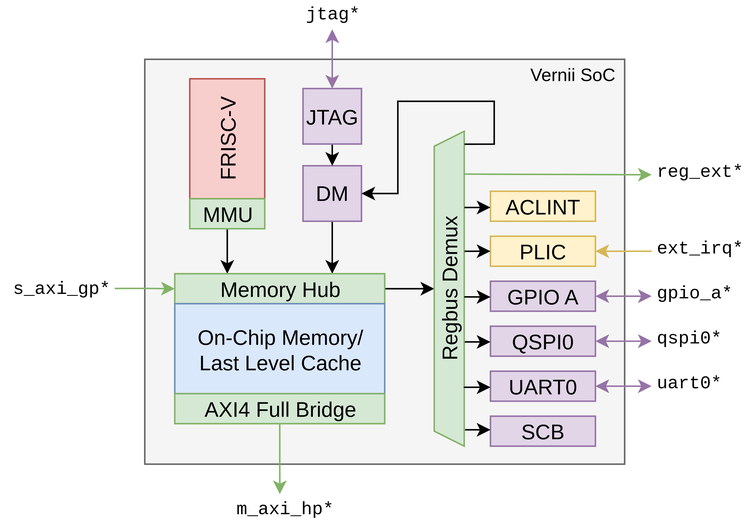
The draw.io diagram docs/figures/block-diagram-transparent-light.svg in EmilPopovic/friscv-soc, before a commit. Source tidied: cells renumbered, new cells last; positions are measured from the earlier drawing's top-left corner, leaving out a move shared by most shapes.
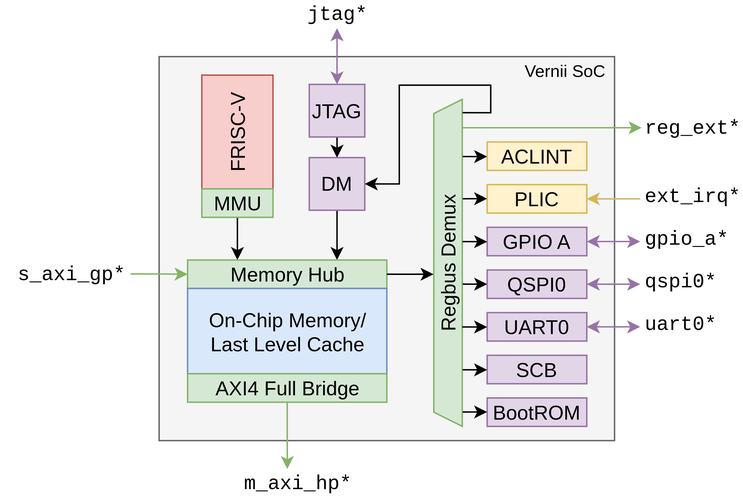
Later version of the same file.

Commit message:
block diagrams with boot rom

Change to the diagram source:
```diff
@@ -31,9 +31,6 @@
     <mxCell id="10" value="&lt;div&gt;&lt;font&gt;JTAG&lt;/font&gt;&lt;/div&gt;" style="rounded=0;whiteSpace=wrap;html=1;fillColor=#e1d5e7;strokeColor=#9673a6;fontSize=14;labelBorderColor=none;" parent="1" vertex="1">
       <mxGeometry x="202.5" y="59.5" width="39" height="37" as="geometry" />
     </mxCell>
-    <mxCell id="11" style="edgeStyle=orthogonalEdgeStyle;rounded=0;jettySize=auto;html=1;exitX=1;exitY=0.5;exitDx=0;exitDy=0;entryX=0.5;entryY=0;entryDx=0;entryDy=0;fontSize=14;labelBorderColor=none;" parent="1" edge="1" source="13" target="27">
-      <mxGeometry relative="1" as="geometry" />
-    </mxCell>
     <mxCell id="12" style="edgeStyle=orthogonalEdgeStyle;rounded=0;jettySize=auto;html=1;exitX=0;exitY=0.5;exitDx=0;exitDy=0;entryX=0;entryY=0.5;entryDx=0;entryDy=0;fillColor=#d5e8d4;strokeColor=#82b366;labelBorderColor=none;" parent="1" edge="1" target="13">
       <mxGeometry relative="1" as="geometry">
         <mxPoint x="77" y="192.8" as="sourcePoint" />
@@ -55,97 +52,111 @@
     </mxCell>
     <mxCell id="17" style="edgeStyle=orthogonalEdgeStyle;rounded=0;jettySize=auto;html=1;exitX=1;exitY=0.5;exitDx=0;exitDy=0;startArrow=classic;startFill=1;fillColor=#e1d5e7;strokeColor=#9673a6;labelBorderColor=none;" parent="1" edge="1" source="18">
       <mxGeometry relative="1" as="geometry">
-        <mxPoint x="435" y="258" as="targetPoint" />
+        <mxPoint x="435" y="230" as="targetPoint" />
       </mxGeometry>
     </mxCell>
     <mxCell id="18" value="&lt;div&gt;&lt;font&gt;UART0&lt;/font&gt;&lt;/div&gt;" style="rounded=0;whiteSpace=wrap;html=1;fillColor=#e1d5e7;strokeColor=#9673a6;fontSize=14;labelBorderColor=none;" parent="1" vertex="1">
-      <mxGeometry x="327.5" y="248" width="70" height="20" as="geometry" />
+      <mxGeometry x="327.5" y="220" width="70" height="20" as="geometry" />
     </mxCell>
     <mxCell id="19" style="edgeStyle=orthogonalEdgeStyle;rounded=0;jettySize=auto;html=1;exitX=1;exitY=0.5;exitDx=0;exitDy=0;startArrow=classic;startFill=1;fillColor=#e1d5e7;strokeColor=#9673a6;labelBorderColor=none;" parent="1" edge="1" source="20">
       <mxGeometry relative="1" as="geometry">
-        <mxPoint x="435" y="228" as="targetPoint" />
+        <mxPoint x="435" y="200" as="targetPoint" />
       </mxGeometry>
     </mxCell>
     <mxCell id="20" value="&lt;div&gt;&lt;font&gt;QSPI0&lt;/font&gt;&lt;/div&gt;" style="rounded=0;whiteSpace=wrap;html=1;fillColor=#e1d5e7;strokeColor=#9673a6;fontSize=14;labelBorderColor=none;" parent="1" vertex="1">
-      <mxGeometry x="327.5" y="218" width="70" height="20" as="geometry" />
+      <mxGeometry x="327.5" y="190" width="70" height="20" as="geometry" />
     </mxCell>
     <mxCell id="21" style="edgeStyle=orthogonalEdgeStyle;rounded=0;jettySize=auto;html=1;exitX=1;exitY=0.5;exitDx=0;exitDy=0;startArrow=classic;startFill=1;fillColor=#e1d5e7;strokeColor=#9673a6;labelBorderColor=none;" parent="1" edge="1" source="22">
       <mxGeometry relative="1" as="geometry">
-        <mxPoint x="435" y="198" as="targetPoint" />
+        <mxPoint x="435" y="170" as="targetPoint" />
       </mxGeometry>
     </mxCell>
     <mxCell id="22" value="&lt;font&gt;GPIO A&lt;/font&gt;" style="rounded=0;whiteSpace=wrap;html=1;fillColor=#e1d5e7;strokeColor=#9673a6;fontSize=14;labelBorderColor=none;" parent="1" vertex="1">
-      <mxGeometry x="327.5" y="188" width="70" height="20" as="geometry" />
+      <mxGeometry x="327.5" y="160" width="70" height="20" as="geometry" />
     </mxCell>
     <mxCell id="23" style="edgeStyle=orthogonalEdgeStyle;rounded=0;jettySize=auto;html=1;entryX=1;entryY=0.5;entryDx=0;entryDy=0;fillColor=#fff2cc;strokeColor=#d6b656;labelBorderColor=none;" parent="1" edge="1" target="24">
       <mxGeometry relative="1" as="geometry">
-        <mxPoint x="435" y="168" as="sourcePoint" />
+        <mxPoint x="435" y="140" as="sourcePoint" />
       </mxGeometry>
     </mxCell>
     <mxCell id="24" value="&lt;font&gt;PLIC&lt;/font&gt;" style="rounded=0;whiteSpace=wrap;html=1;fillColor=#fff2cc;strokeColor=#d6b656;fontSize=14;labelBorderColor=none;" parent="1" vertex="1">
-      <mxGeometry x="327.5" y="158" width="70" height="20" as="geometry" />
+      <mxGeometry x="327.5" y="130" width="70" height="20" as="geometry" />
     </mxCell>
     <mxCell id="25" value="&lt;font&gt;ACLINT&lt;/font&gt;" style="rounded=0;whiteSpace=wrap;html=1;fillColor=#fff2cc;strokeColor=#d6b656;fontSize=14;labelBorderColor=none;" parent="1" vertex="1">
-      <mxGeometry x="327.5" y="128" width="70" height="20" as="geometry" />
+      <mxGeometry x="327.5" y="100" width="70" height="20" as="geometry" />
     </mxCell>
     <mxCell id="26" value="&lt;font&gt;SCB&lt;/font&gt;" style="rounded=0;whiteSpace=wrap;html=1;fillColor=#e1d5e7;strokeColor=#9673a6;fontSize=14;labelBorderColor=none;" parent="1" vertex="1">
-      <mxGeometry x="327.5" y="278" width="70" height="20" as="geometry" />
+      <mxGeometry x="327.5" y="250" width="70" height="20" as="geometry" />
     </mxCell>
     <mxCell id="27" value="&lt;div&gt;&lt;font&gt;Regbus Demux&lt;/font&gt;&lt;/div&gt;" style="shape=trapezoid;perimeter=trapezoidPerimeter;whiteSpace=wrap;html=1;fixedSize=1;size=10;rotation=-90;fillColor=#d5e8d4;strokeColor=#82b366;fontSize=14;labelBorderColor=none;" parent="1" vertex="1">
-      <mxGeometry x="195" y="183" width="210" height="20" as="geometry" />
+      <mxGeometry x="185" y="175" width="230" height="20" as="geometry" />
     </mxCell>
-    <mxCell id="28" style="edgeStyle=orthogonalEdgeStyle;rounded=0;jettySize=auto;html=1;exitX=0.052;exitY=1.03;exitDx=0;exitDy=0;entryX=0;entryY=0.5;entryDx=0;entryDy=0;exitPerimeter=0;fontSize=14;labelBorderColor=none;" parent="1" edge="1" source="27" target="26">
-      <mxGeometry relative="1" as="geometry" />
-    </mxCell>
-    <mxCell id="29" style="edgeStyle=orthogonalEdgeStyle;rounded=0;jettySize=auto;html=1;exitX=0.187;exitY=0.986;exitDx=0;exitDy=0;entryX=0;entryY=0.5;entryDx=0;entryDy=0;exitPerimeter=0;fontSize=14;labelBorderColor=none;" parent="1" edge="1" source="27" target="18">
-      <mxGeometry relative="1" as="geometry" />
-    </mxCell>
-    <mxCell id="30" style="edgeStyle=orthogonalEdgeStyle;rounded=0;jettySize=auto;html=1;exitX=0.331;exitY=1.021;exitDx=0;exitDy=0;entryX=0;entryY=0.5;entryDx=0;entryDy=0;exitPerimeter=0;fontSize=14;labelBorderColor=none;" parent="1" edge="1" source="27" target="20">
-      <mxGeometry relative="1" as="geometry" />
-    </mxCell>
-    <mxCell id="31" style="edgeStyle=orthogonalEdgeStyle;rounded=0;jettySize=auto;html=1;exitX=0.474;exitY=1.003;exitDx=0;exitDy=0;entryX=0;entryY=0.5;entryDx=0;entryDy=0;exitPerimeter=0;fontSize=14;labelBorderColor=none;" parent="1" edge="1" source="27" target="22">
-      <mxGeometry relative="1" as="geometry" />
-    </mxCell>
-    <mxCell id="32" style="edgeStyle=orthogonalEdgeStyle;rounded=0;jettySize=auto;html=1;exitX=0.619;exitY=1.011;exitDx=0;exitDy=0;entryX=0;entryY=0.5;entryDx=0;entryDy=0;exitPerimeter=0;fontSize=14;labelBorderColor=none;" parent="1" edge="1" source="27" target="24">
-      <mxGeometry relative="1" as="geometry" />
-    </mxCell>
-    <mxCell id="33" style="edgeStyle=orthogonalEdgeStyle;rounded=0;jettySize=auto;html=1;exitX=0.758;exitY=1.008;exitDx=0;exitDy=0;entryX=0;entryY=0.5;entryDx=0;entryDy=0;exitPerimeter=0;fontSize=14;labelBorderColor=none;" parent="1" edge="1" source="27" target="25">
-      <mxGeometry relative="1" as="geometry" />
-    </mxCell>
     <mxCell id="34" style="edgeStyle=orthogonalEdgeStyle;rounded=0;jettySize=auto;html=1;exitX=0.959;exitY=1.009;exitDx=0;exitDy=0;entryX=1;entryY=0.5;entryDx=0;entryDy=0;exitPerimeter=0;fontSize=14;labelBorderColor=none;" parent="1" edge="1" source="27" target="7">
-      <mxGeometry relative="1" as="geometry" />
+      <mxGeometry relative="1" as="geometry">
+        <Array as="points">
+          <mxPoint x="330" y="79.4" />
+          <mxPoint x="330" y="60" />
+          <mxPoint x="265.8" y="60" />
+          <mxPoint x="265.8" y="129.5" />
+        </Array>
+      </mxGeometry>
     </mxCell>
-    <mxCell id="35" style="endArrow=classic;html=1;rounded=0;exitX=0.864;exitY=1.007;exitDx=0;exitDy=0;exitPerimeter=0;fillColor=#d5e8d4;strokeColor=#82b366;labelBorderColor=none;" parent="1" edge="1" source="27">
-      <mxGeometry relative="1" as="geometry">
-        <mxPoint x="435" y="117" as="targetPoint" />
-      </mxGeometry>
-    </mxCell>
-    <mxCell id="36" value="jtag*" style="text;html=1;whiteSpace=wrap;strokeColor=none;fillColor=none;align=center;verticalAlign=middle;rounded=0;fontFamily=Courier New;labelBorderColor=none;" parent="1" vertex="1">
+    <mxCell id="36" value="&lt;font style=&quot;font-size: 14px;&quot;&gt;jtag*&lt;/font&gt;" style="text;html=1;whiteSpace=wrap;strokeColor=none;fillColor=none;align=center;verticalAlign=middle;rounded=0;fontFamily=Courier New;labelBorderColor=none;" parent="1" vertex="1">
       <mxGeometry x="192" width="60" height="20" as="geometry" />
     </mxCell>
-    <mxCell id="37" value="&lt;div align=&quot;left&quot;&gt;reg_ext*&lt;/div&gt;" style="text;html=1;whiteSpace=wrap;strokeColor=none;fillColor=none;align=left;verticalAlign=middle;rounded=0;fontFamily=Courier New;labelBorderColor=none;" parent="1" vertex="1">
-      <mxGeometry x="436" y="105" width="60" height="20" as="geometry" />
+    <mxCell id="37" value="&lt;div align=&quot;left&quot;&gt;reg_ext*&lt;/div&gt;" style="text;html=1;whiteSpace=wrap;strokeColor=none;fillColor=none;align=left;verticalAlign=middle;rounded=0;fontFamily=Courier New;labelBorderColor=none;fontSize=14;" parent="1" vertex="1">
+      <mxGeometry x="436" y="80" width="70" height="20" as="geometry" />
     </mxCell>
-    <mxCell id="38" value="&lt;div align=&quot;left&quot;&gt;ext_irq*&lt;/div&gt;" style="text;html=1;whiteSpace=wrap;strokeColor=none;fillColor=none;align=left;verticalAlign=middle;rounded=0;fontFamily=Courier New;labelBorderColor=none;" parent="1" vertex="1">
-      <mxGeometry x="436" y="156" width="60" height="20" as="geometry" />
+    <mxCell id="38" value="&lt;div align=&quot;left&quot;&gt;ext_irq*&lt;/div&gt;" style="text;html=1;whiteSpace=wrap;strokeColor=none;fillColor=none;align=left;verticalAlign=middle;rounded=0;fontFamily=Courier New;labelBorderColor=none;fontSize=14;" parent="1" vertex="1">
+      <mxGeometry x="436" y="128" width="70" height="20" as="geometry" />
     </mxCell>
-    <mxCell id="39" value="&lt;div align=&quot;left&quot;&gt;gpio_a*&lt;/div&gt;" style="text;html=1;whiteSpace=wrap;strokeColor=none;fillColor=none;align=left;verticalAlign=middle;rounded=0;fontFamily=Courier New;labelBorderColor=none;" parent="1" vertex="1">
-      <mxGeometry x="436" y="186" width="60" height="20" as="geometry" />
+    <mxCell id="39" value="&lt;div align=&quot;left&quot;&gt;gpio_a*&lt;/div&gt;" style="text;html=1;whiteSpace=wrap;strokeColor=none;fillColor=none;align=left;verticalAlign=middle;rounded=0;fontFamily=Courier New;labelBorderColor=none;fontSize=14;" parent="1" vertex="1">
+      <mxGeometry x="436" y="158" width="70" height="20" as="geometry" />
     </mxCell>
-    <mxCell id="40" value="&lt;div align=&quot;left&quot;&gt;qspi0*&lt;/div&gt;" style="text;html=1;whiteSpace=wrap;strokeColor=none;fillColor=none;align=left;verticalAlign=middle;rounded=0;fontFamily=Courier New;labelBorderColor=none;" parent="1" vertex="1">
-      <mxGeometry x="436" y="216" width="60" height="20" as="geometry" />
+    <mxCell id="40" value="&lt;div align=&quot;left&quot;&gt;qspi0*&lt;/div&gt;" style="text;html=1;whiteSpace=wrap;strokeColor=none;fillColor=none;align=left;verticalAlign=middle;rounded=0;fontFamily=Courier New;labelBorderColor=none;fontSize=14;" parent="1" vertex="1">
+      <mxGeometry x="436" y="188" width="70" height="20" as="geometry" />
     </mxCell>
-    <mxCell id="41" value="uart0*" style="text;html=1;whiteSpace=wrap;strokeColor=none;fillColor=none;align=left;verticalAlign=middle;rounded=0;fontFamily=Courier New;labelBorderColor=none;" parent="1" vertex="1">
-      <mxGeometry x="436" y="246" width="60" height="20" as="geometry" />
+    <mxCell id="41" value="uart0*" style="text;html=1;whiteSpace=wrap;strokeColor=none;fillColor=none;align=left;verticalAlign=middle;rounded=0;fontFamily=Courier New;labelBorderColor=none;fontSize=14;" parent="1" vertex="1">
+      <mxGeometry x="436" y="218" width="70" height="20" as="geometry" />
     </mxCell>
-    <mxCell id="42" value="&amp;nbsp;s_axi_gp*" style="text;html=1;whiteSpace=wrap;strokeColor=none;fillColor=none;align=center;verticalAlign=middle;rounded=0;fontFamily=Courier New;labelBorderColor=none;" parent="1" vertex="1">
-      <mxGeometry y="183" width="75" height="20" as="geometry" />
+    <mxCell id="42" value="&lt;font style=&quot;font-size: 14px;&quot;&gt;&amp;nbsp;s_axi_gp*&lt;/font&gt;" style="text;html=1;whiteSpace=wrap;strokeColor=none;fillColor=none;align=right;verticalAlign=middle;rounded=0;fontFamily=Courier New;labelBorderColor=none;" parent="1" vertex="1">
+      <mxGeometry x="-15" y="183" width="90" height="20" as="geometry" />
     </mxCell>
-    <mxCell id="43" value="&amp;nbsp;m_axi_hp*" style="text;html=1;whiteSpace=wrap;strokeColor=none;fillColor=none;align=center;verticalAlign=middle;rounded=0;fontFamily=Courier New;labelBorderColor=none;" parent="1" vertex="1">
-      <mxGeometry x="149.5" y="330" width="75" height="20" as="geometry" />
+    <mxCell id="43" value="&lt;font style=&quot;font-size: 14px;&quot;&gt;&amp;nbsp;m_axi_hp*&lt;/font&gt;" style="text;html=1;whiteSpace=wrap;strokeColor=none;fillColor=none;align=center;verticalAlign=middle;rounded=0;fontFamily=Courier New;labelBorderColor=none;" parent="1" vertex="1">
+      <mxGeometry x="145" y="330" width="90" height="20" as="geometry" />
     </mxCell>
     <mxCell id="44" value="Vernii SoC" style="text;html=1;whiteSpace=wrap;strokeColor=none;fillColor=none;align=center;verticalAlign=middle;rounded=0;labelBorderColor=none;" parent="1" vertex="1">
       <mxGeometry x="347" y="40" width="70" height="20" as="geometry" />
     </mxCell>
+    <mxCell id="45" value="&lt;div align=&quot;center&quot;&gt;&lt;span&gt;BootROM&lt;/span&gt;&lt;/div&gt;" style="rounded=0;whiteSpace=wrap;html=1;fillColor=#e1d5e7;strokeColor=#9673a6;fontSize=14;labelBorderColor=none;align=center;" parent="1" vertex="1">
+      <mxGeometry x="327.5" y="280" width="70" height="20" as="geometry" />
+    </mxCell>
+    <mxCell id="11" style="edgeStyle=orthogonalEdgeStyle;rounded=0;jettySize=auto;html=1;exitX=1;exitY=0.5;exitDx=0;exitDy=0;entryX=0.466;entryY=-0.009;entryDx=0;entryDy=0;entryPerimeter=0;" parent="1" edge="1" source="13" target="27">
+      <mxGeometry relative="1" as="geometry" />
+    </mxCell>
+    <mxCell id="46" style="edgeStyle=orthogonalEdgeStyle;rounded=0;jettySize=auto;html=1;exitX=0.044;exitY=1.014;exitDx=0;exitDy=0;entryX=0;entryY=0.5;entryDx=0;entryDy=0;exitPerimeter=0;" parent="1" edge="1" source="27" target="45">
+      <mxGeometry relative="1" as="geometry" />
+    </mxCell>
+    <mxCell id="28" style="edgeStyle=orthogonalEdgeStyle;rounded=0;jettySize=auto;html=1;exitX=0.173;exitY=1.017;exitDx=0;exitDy=0;entryX=0;entryY=0.5;entryDx=0;entryDy=0;exitPerimeter=0;" parent="1" edge="1" source="27" target="26">
+      <mxGeometry relative="1" as="geometry" />
+    </mxCell>
+    <mxCell id="29" style="edgeStyle=orthogonalEdgeStyle;rounded=0;jettySize=auto;html=1;exitX=0.304;exitY=0.998;exitDx=0;exitDy=0;entryX=0;entryY=0.5;entryDx=0;entryDy=0;exitPerimeter=0;" parent="1" edge="1" source="27" target="18">
+      <mxGeometry relative="1" as="geometry" />
+    </mxCell>
+    <mxCell id="30" style="edgeStyle=orthogonalEdgeStyle;rounded=0;jettySize=auto;html=1;exitX=0.435;exitY=1.017;exitDx=0;exitDy=0;entryX=0;entryY=0.5;entryDx=0;entryDy=0;exitPerimeter=0;" parent="1" edge="1" source="27" target="20">
+      <mxGeometry relative="1" as="geometry" />
+    </mxCell>
+    <mxCell id="31" style="edgeStyle=orthogonalEdgeStyle;rounded=0;jettySize=auto;html=1;exitX=0.565;exitY=1.011;exitDx=0;exitDy=0;entryX=0;entryY=0.5;entryDx=0;entryDy=0;exitPerimeter=0;" parent="1" edge="1" source="27" target="22">
+      <mxGeometry relative="1" as="geometry" />
+    </mxCell>
+    <mxCell id="32" style="edgeStyle=orthogonalEdgeStyle;rounded=0;jettySize=auto;html=1;exitX=0.696;exitY=1.017;exitDx=0;exitDy=0;entryX=0;entryY=0.5;entryDx=0;entryDy=0;exitPerimeter=0;" parent="1" edge="1" source="27" target="24">
+      <mxGeometry relative="1" as="geometry" />
+    </mxCell>
+    <mxCell id="33" style="edgeStyle=orthogonalEdgeStyle;rounded=0;jettySize=auto;html=1;exitX=0.825;exitY=1.014;exitDx=0;exitDy=0;entryX=0;entryY=0.5;entryDx=0;entryDy=0;exitPerimeter=0;" parent="1" edge="1" source="27" target="25">
+      <mxGeometry relative="1" as="geometry" />
+    </mxCell>
+    <mxCell id="47" style="edgeStyle=orthogonalEdgeStyle;rounded=0;jettySize=auto;html=1;exitX=0;exitY=0.5;exitDx=0;exitDy=0;entryX=0.913;entryY=1.015;entryDx=0;entryDy=0;entryPerimeter=0;startArrow=classic;startFill=1;endArrow=none;endFill=0;fillColor=#d5e8d4;strokeColor=#82b366;" parent="1" edge="1" source="37" target="27">
+      <mxGeometry relative="1" as="geometry" />
+    </mxCell>
   </root>
 </mxGraphModel>
```
